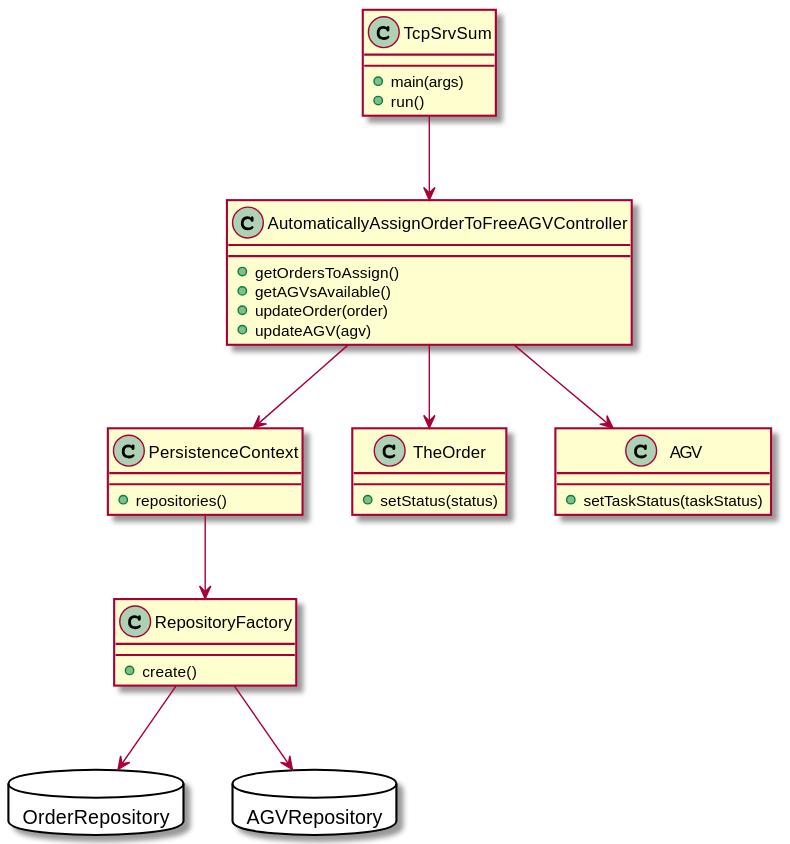
Before: docs/1201592/US4002/US_4002_CD.svg, a diagram exported from PlantUML (ana-albergaria/LAPR4-ISEP).
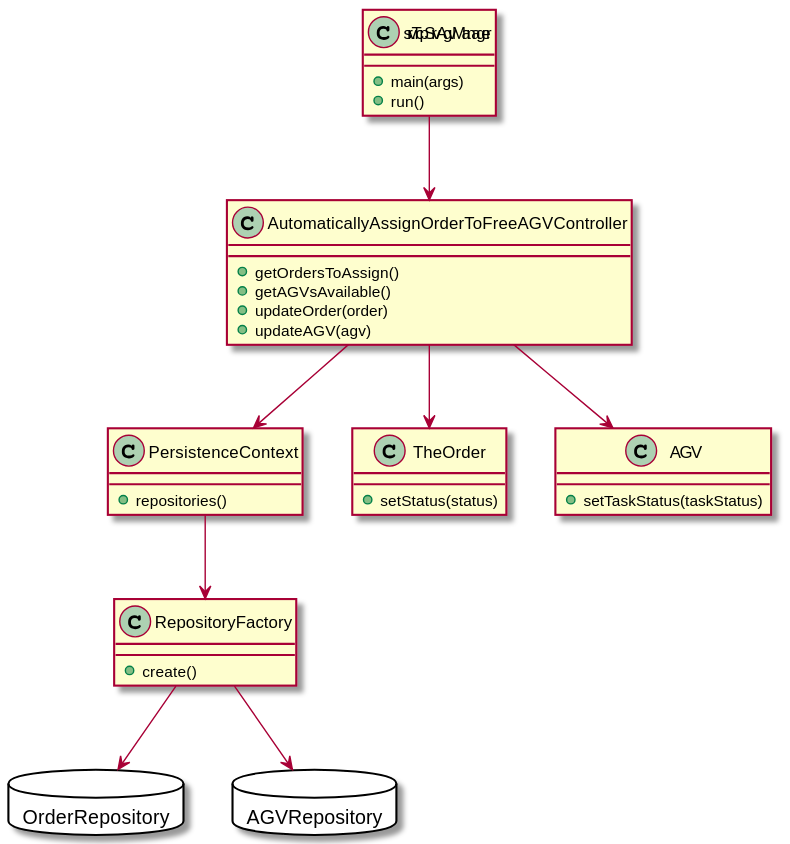
Later version of the same file.

The edit, as a diff of the source:
```diff
@@ -1,6 +1,6 @@
 @startuml
 
-class TcpSrvSum{
+class srv.TcpSrvAgvManager{
 +main(args)
 +run()
 }
@@ -34,7 +34,7 @@
 +setTaskStatus(taskStatus)
 }
 
-TcpSrvSum --> AutomaticallyAssignOrderToFreeAGVController
+srv.TcpSrvAgvManager --> AutomaticallyAssignOrderToFreeAGVController
 
 AutomaticallyAssignOrderToFreeAGVController --> PersistenceContext
 
```
